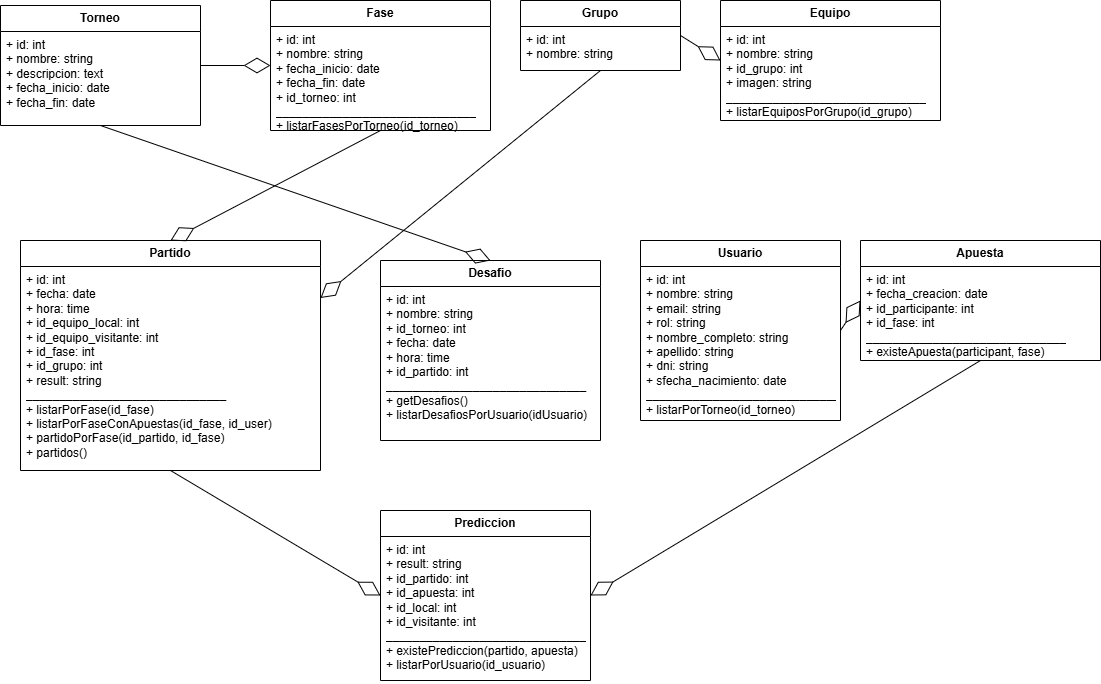
Above: UML.png in KarenRuizAiza/Proyecto-MiProde (draw.io), before the change. Source tidied: cells renumbered, new cells last; positions are measured from the earlier drawing's top-left corner, leaving out a move shared by most shapes.
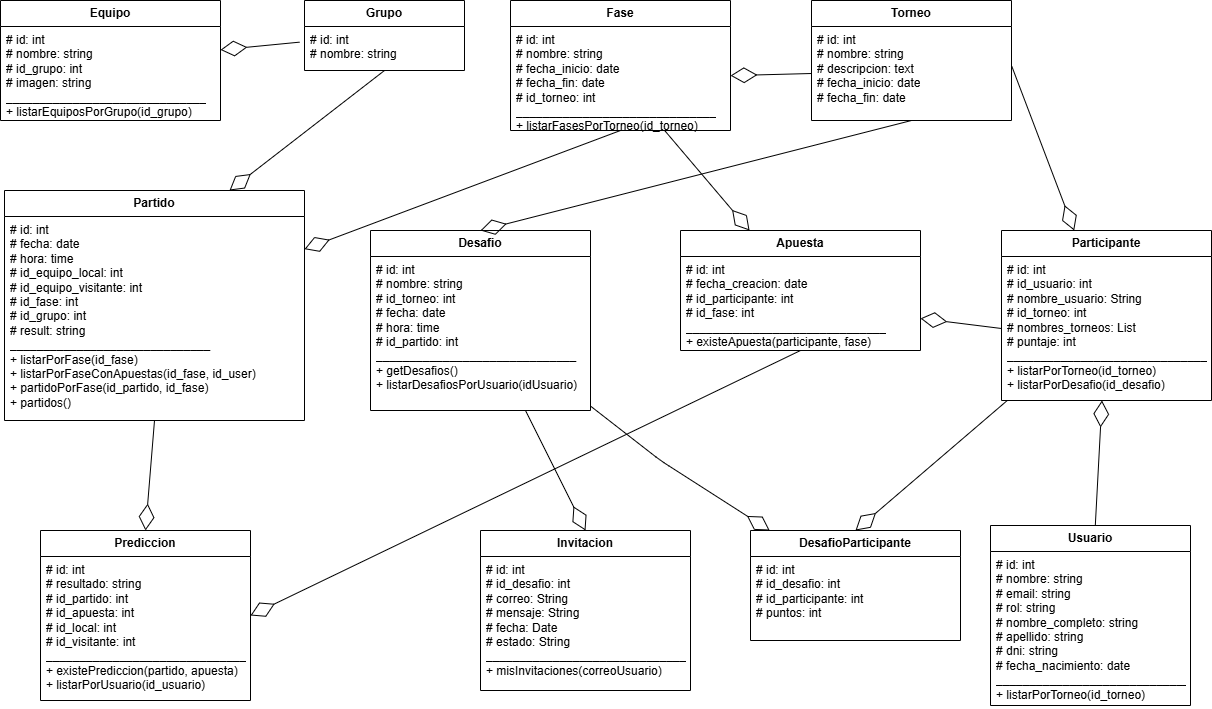
Above is the later version.

What changed in the source:
```diff
@@ -3,82 +3,122 @@
     <mxCell id="0" />
     <mxCell id="1" parent="0" />
     <mxCell id="2" value="Torneo" style="swimlane;fontStyle=1;horizontal=1;startSize=26;whiteSpace=wrap;html=1;" parent="1" vertex="1">
-      <mxGeometry y="5" width="200" height="120" as="geometry" />
+      <mxGeometry x="821" y="10" width="200" height="120" as="geometry" />
     </mxCell>
-    <mxCell id="3" value="+ id: int&#10;+ nombre: string&#10;+ descripcion: text&#10;+ fecha_inicio: date&#10;+ fecha_fin: date" style="text;strokeColor=none;fillColor=none;align=left;verticalAlign=top;spacingLeft=4;spacingRight=4;overflow=hidden;points=[[0,0.5],[1,0.5]];portConstraint=eastwest;whiteSpace=wrap;html=1;" parent="2" vertex="1">
+    <mxCell id="3" value="# id: int&lt;br&gt;# nombre: string&lt;br&gt;# descripcion: text&lt;br&gt;# fecha_inicio: date&lt;br&gt;# fecha_fin: date" style="text;strokeColor=none;fillColor=none;align=left;verticalAlign=top;spacingLeft=4;spacingRight=4;overflow=hidden;points=[[0,0.5],[1,0.5]];portConstraint=eastwest;whiteSpace=wrap;html=1;" parent="2" vertex="1">
       <mxGeometry y="26" width="200" height="94" as="geometry" />
     </mxCell>
     <mxCell id="4" value="Fase" style="swimlane;fontStyle=1;horizontal=1;startSize=26;whiteSpace=wrap;html=1;" parent="1" vertex="1">
-      <mxGeometry x="270" width="220" height="130" as="geometry" />
+      <mxGeometry x="520" y="10" width="220" height="130" as="geometry" />
     </mxCell>
-    <mxCell id="5" value="+ id: int&#10;+ nombre: string&#10;+ fecha_inicio: date&#10;+ fecha_fin: date&#10;+ id_torneo: int&#10;______________________________&#10;+ listarFasesPorTorneo(id_torneo)" style="text;strokeColor=none;fillColor=none;align=left;verticalAlign=top;spacingLeft=4;spacingRight=4;overflow=hidden;points=[[0,0.5],[1,0.5]];portConstraint=eastwest;whiteSpace=wrap;html=1;" parent="4" vertex="1">
+    <mxCell id="5" value="# id: int&lt;br&gt;# nombre: string&lt;br&gt;# fecha_inicio: date&lt;br&gt;# fecha_fin: date&lt;br&gt;# id_torneo: int&lt;br&gt;______________________________&lt;br&gt;+ listarFasesPorTorneo(id_torneo)" style="text;strokeColor=none;fillColor=none;align=left;verticalAlign=top;spacingLeft=4;spacingRight=4;overflow=hidden;points=[[0,0.5],[1,0.5]];portConstraint=eastwest;whiteSpace=wrap;html=1;" parent="4" vertex="1">
       <mxGeometry y="26" width="220" height="104" as="geometry" />
     </mxCell>
-    <mxCell id="6" style="endArrow=diamondThin;endFill=0;endSize=24;html=1;entryX=0;entryY=0.5;entryDx=0;entryDy=0;exitX=1;exitY=0.5;exitDx=0;exitDy=0;" parent="1" edge="1" source="2" target="4">
+    <mxCell id="6" style="endArrow=diamondThin;endFill=0;endSize=24;html=1;exitX=0;exitY=0.5;exitDx=0;exitDy=0;" parent="1" edge="1" source="3" target="5">
       <mxGeometry relative="1" as="geometry" />
     </mxCell>
     <mxCell id="7" value="Grupo" style="swimlane;fontStyle=1;horizontal=1;startSize=26;whiteSpace=wrap;html=1;" parent="1" vertex="1">
-      <mxGeometry x="520" width="160" height="70" as="geometry" />
+      <mxGeometry x="314" y="10" width="160" height="70" as="geometry" />
     </mxCell>
-    <mxCell id="8" value="+ id: int&#10;+ nombre: string" style="text;strokeColor=none;fillColor=none;align=left;verticalAlign=top;spacingLeft=4;spacingRight=4;overflow=hidden;points=[[0,0.5],[1,0.5]];portConstraint=eastwest;whiteSpace=wrap;html=1;" parent="7" vertex="1">
+    <mxCell id="8" value="# id: int&lt;br&gt;# nombre: string" style="text;strokeColor=none;fillColor=none;align=left;verticalAlign=top;spacingLeft=4;spacingRight=4;overflow=hidden;points=[[0,0.5],[1,0.5]];portConstraint=eastwest;whiteSpace=wrap;html=1;" parent="7" vertex="1">
       <mxGeometry y="26" width="160" height="44" as="geometry" />
     </mxCell>
     <mxCell id="9" value="Equipo" style="swimlane;fontStyle=1;horizontal=1;startSize=26;whiteSpace=wrap;html=1;" parent="1" vertex="1">
-      <mxGeometry x="720" width="220" height="120" as="geometry" />
+      <mxGeometry x="10" y="10" width="220" height="120" as="geometry" />
     </mxCell>
-    <mxCell id="10" value="+ id: int&#10;+ nombre: string&#10;+ id_grupo: int&#10;+ imagen: string&#10;______________________________&#10;+ listarEquiposPorGrupo(id_grupo)" style="text;strokeColor=none;fillColor=none;align=left;verticalAlign=top;spacingLeft=4;spacingRight=4;overflow=hidden;whiteSpace=wrap;html=1;" parent="9" vertex="1">
+    <mxCell id="10" value="# id: int&lt;br&gt;# nombre: string&lt;br&gt;# id_grupo: int&lt;br&gt;# imagen: string&lt;br&gt;______________________________&lt;br&gt;+ listarEquiposPorGrupo(id_grupo)" style="text;strokeColor=none;fillColor=none;align=left;verticalAlign=top;spacingLeft=4;spacingRight=4;overflow=hidden;whiteSpace=wrap;html=1;" parent="9" vertex="1">
       <mxGeometry y="26" width="220" height="94" as="geometry" />
     </mxCell>
-    <mxCell id="11" style="endArrow=diamondThin;endFill=0;endSize=24;html=1;entryX=0;entryY=0.5;entryDx=0;entryDy=0;exitX=1;exitY=0.5;exitDx=0;exitDy=0;" parent="1" edge="1" source="7" target="9">
+    <mxCell id="11" style="endArrow=diamondThin;endFill=0;endSize=24;html=1;exitX=-0.031;exitY=0.356;exitDx=0;exitDy=0;exitPerimeter=0;" parent="1" edge="1" source="8" target="9">
       <mxGeometry relative="1" as="geometry" />
     </mxCell>
     <mxCell id="12" value="Partido" style="swimlane;fontStyle=1;horizontal=1;startSize=26;whiteSpace=wrap;html=1;" parent="1" vertex="1">
-      <mxGeometry x="20" y="240" width="300" height="230" as="geometry" />
+      <mxGeometry x="14" y="200" width="300" height="230" as="geometry" />
     </mxCell>
-    <mxCell id="13" value="+ id: int&lt;br&gt;+ fecha: date&lt;br&gt;+ hora: time&lt;br&gt;+ id_equipo_local: int&lt;br&gt;+ id_equipo_visitante: int&lt;br&gt;+ id_fase: int&lt;br&gt;+ id_grupo: int&lt;br&gt;+ result: string&lt;br&gt;______________________________&lt;br&gt;+ listarPorFase(id_fase)&lt;br&gt;+ listarPorFaseConApuestas(id_fase, id_user)&lt;br&gt;+ partidoPorFase(id_partido, id_fase)&lt;br&gt;+ partidos()&lt;br&gt;" style="text;strokeColor=none;fillColor=none;align=left;verticalAlign=top;spacingLeft=4;spacingRight=4;overflow=hidden;whiteSpace=wrap;html=1;" parent="12" vertex="1">
+    <mxCell id="13" value="# id: int&lt;br&gt;# fecha: date&lt;br&gt;# hora: time&lt;br&gt;# id_equipo_local: int&lt;br&gt;# id_equipo_visitante: int&lt;br&gt;# id_fase: int&lt;br&gt;# id_grupo: int&lt;br&gt;# result: string&lt;br&gt;______________________________&lt;br&gt;+ listarPorFase(id_fase)&lt;br&gt;+ listarPorFaseConApuestas(id_fase, id_user)&lt;br&gt;+ partidoPorFase(id_partido, id_fase)&lt;br&gt;+ partidos()" style="text;strokeColor=none;fillColor=none;align=left;verticalAlign=top;spacingLeft=4;spacingRight=4;overflow=hidden;whiteSpace=wrap;html=1;" parent="12" vertex="1">
       <mxGeometry y="26" width="300" height="204" as="geometry" />
     </mxCell>
-    <mxCell id="14" style="endArrow=diamondThin;endFill=0;endSize=24;html=1;entryX=0.5;entryY=0;entryDx=0;entryDy=0;exitX=0.5;exitY=1;exitDx=0;exitDy=0;" parent="1" edge="1" source="4" target="12">
+    <mxCell id="14" style="endArrow=diamondThin;endFill=0;endSize=24;html=1;exitX=0.5;exitY=1;exitDx=0;exitDy=0;" parent="1" edge="1" source="4" target="12">
       <mxGeometry relative="1" as="geometry" />
     </mxCell>
-    <mxCell id="15" style="endArrow=diamondThin;endFill=0;endSize=24;html=1;entryX=1;entryY=0.25;entryDx=0;entryDy=0;exitX=0.5;exitY=1;exitDx=0;exitDy=0;" parent="1" edge="1" source="7" target="12">
+    <mxCell id="15" style="endArrow=diamondThin;endFill=0;endSize=24;html=1;entryX=0.75;entryY=0;entryDx=0;entryDy=0;exitX=0.5;exitY=1;exitDx=0;exitDy=0;" parent="1" edge="1" source="7" target="12">
       <mxGeometry relative="1" as="geometry" />
     </mxCell>
     <mxCell id="16" value="Desafio" style="swimlane;fontStyle=1;horizontal=1;startSize=26;whiteSpace=wrap;html=1;" parent="1" vertex="1">
-      <mxGeometry x="380" y="260" width="220" height="180" as="geometry" />
+      <mxGeometry x="380" y="240" width="220" height="180" as="geometry" />
     </mxCell>
-    <mxCell id="17" value="+ id: int&#10;+ nombre: string&#10;+ id_torneo: int&#10;+ fecha: date&#10;+ hora: time&#10;+ id_partido: int&#10;______________________________&#10;+ getDesafios()&#10;+ listarDesafiosPorUsuario(idUsuario)" style="text;strokeColor=none;fillColor=none;align=left;verticalAlign=top;spacingLeft=4;spacingRight=4;overflow=hidden;whiteSpace=wrap;html=1;" parent="16" vertex="1">
+    <mxCell id="17" value="# id: int&lt;br&gt;# nombre: string&lt;br&gt;# id_torneo: int&lt;br&gt;# fecha: date&lt;br&gt;# hora: time&lt;br&gt;# id_partido: int&lt;br&gt;______________________________&lt;br&gt;+ getDesafios()&lt;br&gt;+ listarDesafiosPorUsuario(idUsuario)" style="text;strokeColor=none;fillColor=none;align=left;verticalAlign=top;spacingLeft=4;spacingRight=4;overflow=hidden;whiteSpace=wrap;html=1;" parent="16" vertex="1">
       <mxGeometry y="26" width="220" height="154" as="geometry" />
     </mxCell>
     <mxCell id="18" style="endArrow=diamondThin;endFill=0;endSize=24;html=1;entryX=0.5;entryY=0;entryDx=0;entryDy=0;exitX=0.5;exitY=1;exitDx=0;exitDy=0;" parent="1" edge="1" source="2" target="16">
       <mxGeometry relative="1" as="geometry" />
     </mxCell>
     <mxCell id="19" value="Usuario" style="swimlane;fontStyle=1;horizontal=1;startSize=26;whiteSpace=wrap;html=1;" parent="1" vertex="1">
-      <mxGeometry x="640" y="240" width="200" height="180" as="geometry" />
+      <mxGeometry x="1000" y="535" width="200" height="180" as="geometry" />
     </mxCell>
-    <mxCell id="20" value="+ id: int&#10;+ nombre: string&#10;+ email: string&#10;+ rol: string&#10;+ nombre_completo: string&#10;+ apellido: string&#10;+ dni: string&#10;+ sfecha_nacimiento: date&#10;______________________________&#10;+ listarPorTorneo(id_torneo)" style="text;strokeColor=none;fillColor=none;align=left;verticalAlign=top;spacingLeft=4;spacingRight=4;overflow=hidden;whiteSpace=wrap;html=1;" parent="19" vertex="1">
+    <mxCell id="20" value="# id: int&lt;br&gt;# nombre: string&lt;br&gt;# email: string&lt;br&gt;# rol: string&lt;br&gt;# nombre_completo: string&lt;br&gt;# apellido: string&lt;br&gt;# dni: string&lt;br&gt;# fecha_nacimiento: date&lt;br&gt;______________________________&lt;br&gt;+ listarPorTorneo(id_torneo)" style="text;strokeColor=none;fillColor=none;align=left;verticalAlign=top;spacingLeft=4;spacingRight=4;overflow=hidden;whiteSpace=wrap;html=1;" parent="19" vertex="1">
       <mxGeometry y="26" width="200" height="154" as="geometry" />
     </mxCell>
     <mxCell id="21" value="Apuesta" style="swimlane;fontStyle=1;horizontal=1;startSize=26;whiteSpace=wrap;html=1;" parent="1" vertex="1">
-      <mxGeometry x="860" y="240" width="240" height="120" as="geometry" />
+      <mxGeometry x="690" y="240" width="240" height="120" as="geometry" />
     </mxCell>
-    <mxCell id="22" value="+ id: int&#10;+ fecha_creacion: date&#10;+ id_participante: int&#10;+ id_fase: int&#10;______________________________&#10;+ existeApuesta(participant, fase)" style="text;strokeColor=none;fillColor=none;align=left;verticalAlign=top;spacingLeft=4;spacingRight=4;overflow=hidden;points=[[0,0.5],[1,0.5]];portConstraint=eastwest;whiteSpace=wrap;html=1;" parent="21" vertex="1">
+    <mxCell id="22" value="# id: int&lt;br&gt;# fecha_creacion: date&lt;br&gt;# id_participante: int&lt;br&gt;# id_fase: int&lt;br&gt;______________________________&lt;br&gt;+ existeApuesta(participante, fase)" style="text;strokeColor=none;fillColor=none;align=left;verticalAlign=top;spacingLeft=4;spacingRight=4;overflow=hidden;points=[[0,0.5],[1,0.5]];portConstraint=eastwest;whiteSpace=wrap;html=1;" parent="21" vertex="1">
       <mxGeometry y="26" width="240" height="94" as="geometry" />
     </mxCell>
-    <mxCell id="23" style="endArrow=diamondThin;endFill=0;endSize=24;html=1;entryX=0;entryY=0.5;entryDx=0;entryDy=0;exitX=1;exitY=0.5;exitDx=0;exitDy=0;" parent="1" edge="1" source="19" target="21">
+    <mxCell id="23" style="endArrow=diamondThin;endFill=0;endSize=24;html=1;exitX=0;exitY=0.5;exitDx=0;exitDy=0;" parent="1" edge="1" source="33" target="22">
       <mxGeometry relative="1" as="geometry" />
     </mxCell>
     <mxCell id="24" value="Prediccion" style="swimlane;fontStyle=1;horizontal=1;startSize=26;whiteSpace=wrap;html=1;" parent="1" vertex="1">
-      <mxGeometry x="380" y="510" width="210" height="170" as="geometry" />
+      <mxGeometry x="50" y="540" width="210" height="170" as="geometry" />
     </mxCell>
-    <mxCell id="25" value="+ id: int&#10;+ result: string&#10;+ id_partido: int&#10;+ id_apuesta: int&#10;+ id_local: int&#10;+ id_visitante: int&#10;______________________________&#10;+ existePrediccion(partido, apuesta)&#10;+ listarPorUsuario(id_usuario)" style="text;strokeColor=none;fillColor=none;align=left;verticalAlign=top;spacingLeft=4;spacingRight=4;overflow=hidden;whiteSpace=wrap;html=1;" parent="24" vertex="1">
+    <mxCell id="25" value="# id: int&lt;br&gt;# resultado: string&lt;br&gt;# id_partido: int&lt;br&gt;# id_apuesta: int&lt;br&gt;# id_local: int&lt;br&gt;# id_visitante: int&lt;br&gt;______________________________&lt;br&gt;+ existePrediccion(partido, apuesta)&lt;br&gt;+ listarPorUsuario(id_usuario)" style="text;strokeColor=none;fillColor=none;align=left;verticalAlign=top;spacingLeft=4;spacingRight=4;overflow=hidden;whiteSpace=wrap;html=1;" parent="24" vertex="1">
       <mxGeometry y="26" width="210" height="144" as="geometry" />
     </mxCell>
-    <mxCell id="26" style="endArrow=diamondThin;endFill=0;endSize=24;html=1;entryX=0;entryY=0.5;entryDx=0;entryDy=0;exitX=0.5;exitY=1;exitDx=0;exitDy=0;" parent="1" edge="1" source="12" target="24">
+    <mxCell id="26" style="endArrow=diamondThin;endFill=0;endSize=24;html=1;entryX=0.5;entryY=0;entryDx=0;entryDy=0;exitX=0.5;exitY=1;exitDx=0;exitDy=0;" parent="1" edge="1" source="12" target="24">
       <mxGeometry relative="1" as="geometry" />
     </mxCell>
     <mxCell id="27" style="endArrow=diamondThin;endFill=0;endSize=24;html=1;entryX=1;entryY=0.5;entryDx=0;entryDy=0;exitX=0.5;exitY=1;exitDx=0;exitDy=0;" parent="1" edge="1" source="21" target="24">
       <mxGeometry relative="1" as="geometry" />
     </mxCell>
+    <mxCell id="28" value="Invitacion" style="swimlane;fontStyle=1;horizontal=1;startSize=26;whiteSpace=wrap;html=1;" parent="1" vertex="1">
+      <mxGeometry x="490" y="540" width="210" height="160" as="geometry" />
+    </mxCell>
+    <mxCell id="29" value="# id: int&lt;br&gt;# id_desafio: int&lt;br&gt;# correo: String&lt;br&gt;# mensaje: String&lt;br&gt;# fecha: Date&lt;br&gt;# estado: String&lt;br&gt;______________________________&lt;br&gt;+ misInvitaciones(correoUsuario)&lt;br&gt;" style="text;strokeColor=none;fillColor=none;align=left;verticalAlign=top;spacingLeft=4;spacingRight=4;overflow=hidden;whiteSpace=wrap;html=1;" parent="28" vertex="1">
+      <mxGeometry y="26" width="210" height="134" as="geometry" />
+    </mxCell>
+    <mxCell id="30" value="DesafioParticipante" style="swimlane;fontStyle=1;horizontal=1;startSize=26;whiteSpace=wrap;html=1;" parent="1" vertex="1">
+      <mxGeometry x="760" y="540" width="210" height="110" as="geometry" />
+    </mxCell>
+    <mxCell id="31" value="# id: int&lt;br&gt;# id_desafio: int&lt;br&gt;# id_participante: int&lt;br&gt;# puntos: int&lt;br&gt;&lt;br&gt;______________________________&lt;br&gt;" style="text;strokeColor=none;fillColor=none;align=left;verticalAlign=top;spacingLeft=4;spacingRight=4;overflow=hidden;whiteSpace=wrap;html=1;" parent="30" vertex="1">
+      <mxGeometry y="26" width="210" height="84" as="geometry" />
+    </mxCell>
+    <mxCell id="32" value="Participante" style="swimlane;fontStyle=1;horizontal=1;startSize=26;whiteSpace=wrap;html=1;" parent="1" vertex="1">
+      <mxGeometry x="1011" y="240" width="210" height="170" as="geometry" />
+    </mxCell>
+    <mxCell id="33" value="# id: int&lt;br&gt;# id_usuario: int&amp;nbsp;&lt;br&gt;# nombre_usuario: String&lt;br&gt;# id_torneo: int&lt;br&gt;# nombres_torneos: List&lt;br&gt;# puntaje: int&lt;br&gt;______________________________&lt;br&gt;+ listarPorTorneo(id_torneo)&lt;br&gt;+ listarPorDesafio(id_desafio)" style="text;strokeColor=none;fillColor=none;align=left;verticalAlign=top;spacingLeft=4;spacingRight=4;overflow=hidden;points=[[0,0.5],[1,0.5]];portConstraint=eastwest;whiteSpace=wrap;html=1;" parent="32" vertex="1">
+      <mxGeometry y="26" width="210" height="144" as="geometry" />
+    </mxCell>
+    <mxCell id="34" style="endArrow=diamondThin;endFill=0;endSize=24;html=1;entryX=0.5;entryY=0;entryDx=0;entryDy=0;" parent="1" edge="1" source="16" target="28">
+      <mxGeometry relative="1" as="geometry" />
+    </mxCell>
+    <mxCell id="35" style="endArrow=diamondThin;endFill=0;endSize=24;html=1;" parent="1" edge="1" source="16" target="30">
+      <mxGeometry relative="1" as="geometry">
+        <Array as="points">
+          <mxPoint x="670" y="470" />
+        </Array>
+      </mxGeometry>
+    </mxCell>
+    <mxCell id="36" style="endArrow=diamondThin;endFill=0;endSize=24;html=1;entryX=0.5;entryY=0;entryDx=0;entryDy=0;" parent="1" edge="1" source="32" target="30">
+      <mxGeometry relative="1" as="geometry" />
+    </mxCell>
+    <mxCell id="37" style="endArrow=diamondThin;endFill=0;endSize=24;html=1;" parent="1" edge="1" source="19" target="32">
+      <mxGeometry relative="1" as="geometry" />
+    </mxCell>
+    <mxCell id="38" style="endArrow=diamondThin;endFill=0;endSize=24;html=1;" parent="1" edge="1" source="5" target="21">
+      <mxGeometry relative="1" as="geometry" />
+    </mxCell>
+    <mxCell id="39" style="endArrow=diamondThin;endFill=0;endSize=24;html=1;exitX=1.002;exitY=0.426;exitDx=0;exitDy=0;exitPerimeter=0;" parent="1" edge="1" source="3" target="32">
+      <mxGeometry relative="1" as="geometry" />
+    </mxCell>
   </root>
 </mxGraphModel>
```
